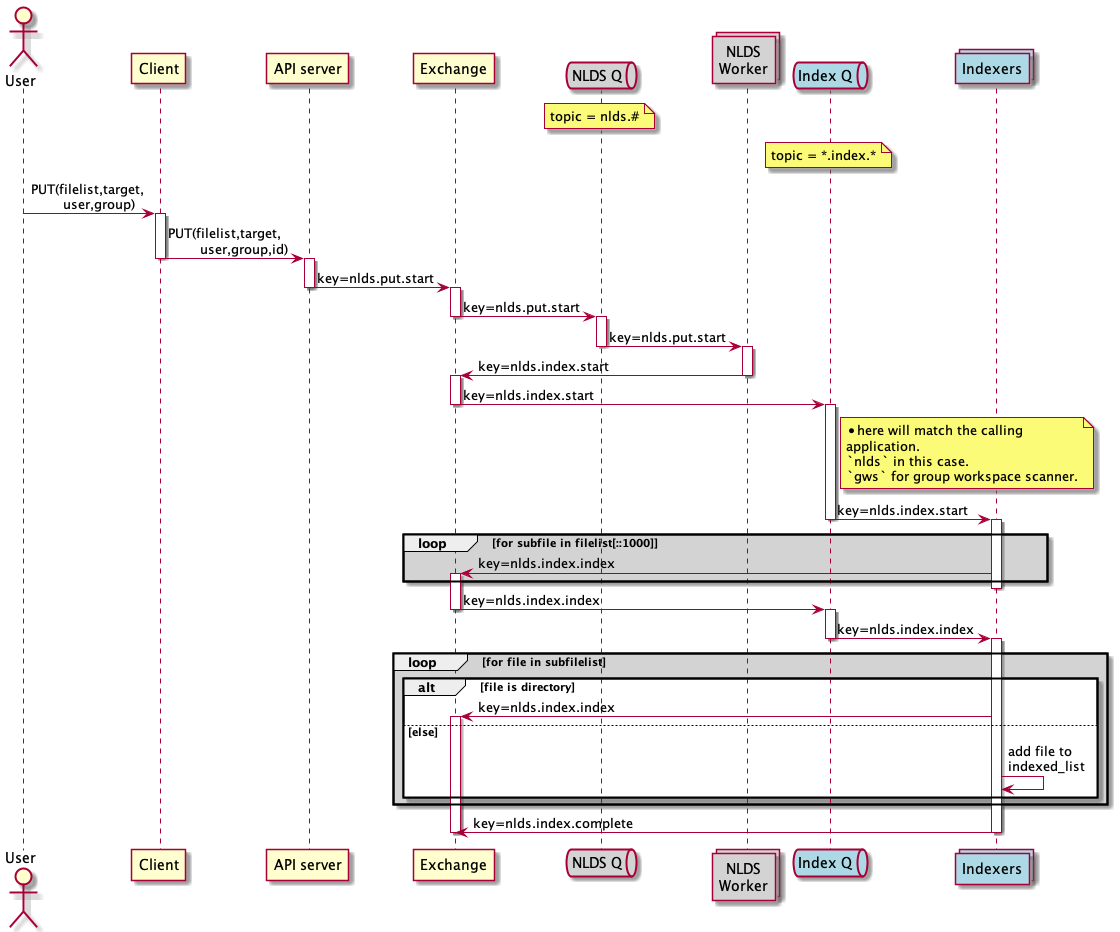
Above: doc/uml/message_flow_put.png in cedadev/nlds (PlantUML), before the change.
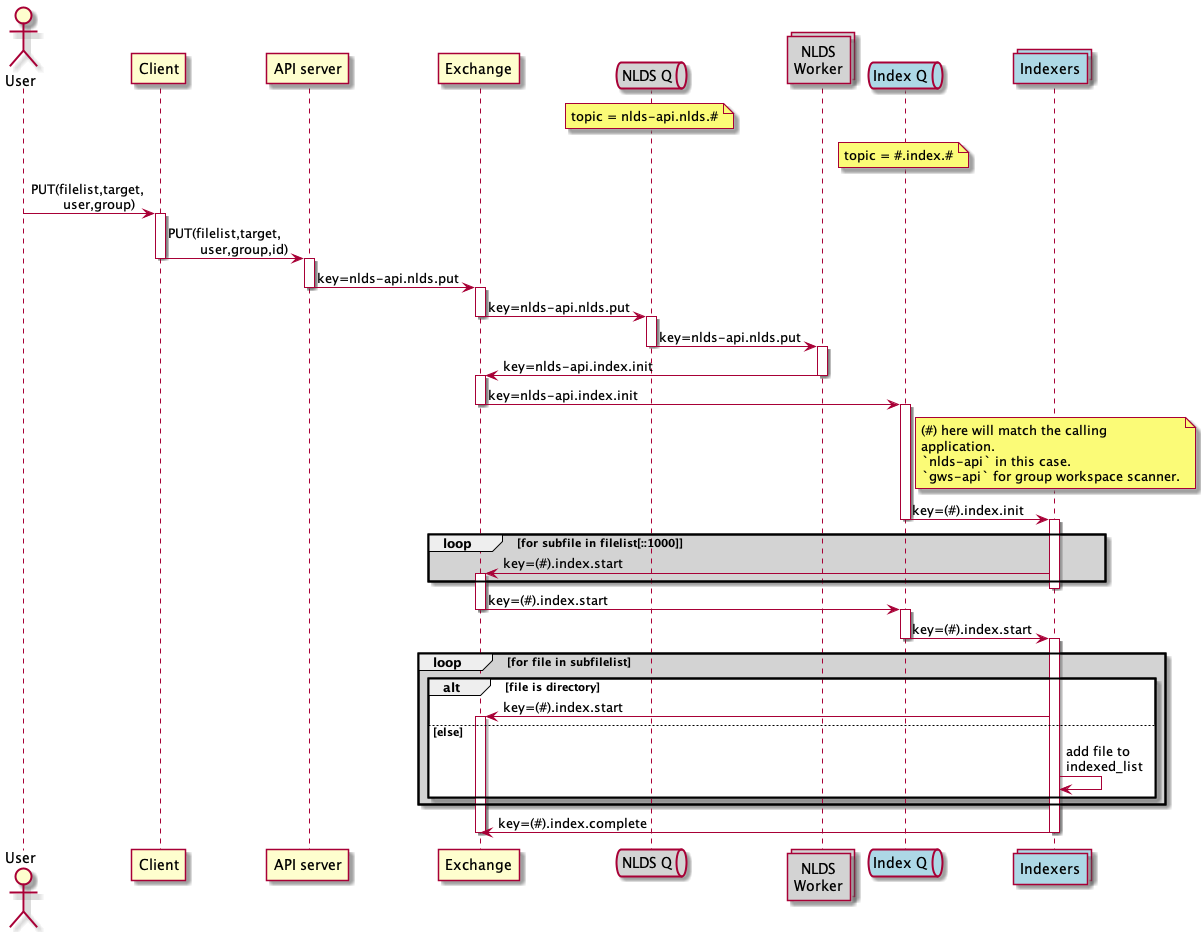
After the change.

Change to the diagram source:
```diff
@@ -7,12 +7,12 @@
 
 queue qw as "NLDS Q" #lightgrey
 note over qw
-    topic = nlds.#
+    topic = nlds-api.nlds.#
 end note
 collections work as "NLDS\nWorker" #lightgrey
 queue qs as "Index Q" #lightblue
 note over qs
-    topic = *.index.*
+    topic = #.index.#
 end note
 collections index as "Indexers" #lightblue
 
@@ -21,52 +21,52 @@
 client -> server : PUT(filelist,target,\n\tuser,group,id)
 deactivate client
 activate server
-server -> wex : key=nlds.put.start
+server -> wex : key=nlds-api.nlds.put
 deactivate server
 activate wex
-wex -> qw : key=nlds.put.start
+wex -> qw : key=nlds-api.nlds.put
 deactivate wex
 activate qw
-qw -> work : key=nlds.put.start
+qw -> work : key=nlds-api.nlds.put
 deactivate qw
 
 activate work
-work -> wex : key=nlds.index.start
+work -> wex : key=nlds-api.index.init
 deactivate work
 activate wex
-wex -> qs : key=nlds.index.start
+wex -> qs : key=nlds-api.index.init
 deactivate wex
 
 note right of qs
-    * here will match the calling
+    (#) here will match the calling
     application.
-    `nlds` in this case.
-    `gws` for group workspace scanner.
+    `nlds-api` in this case.
+    `gws-api` for group workspace scanner.
 end note
 activate qs
-qs -> index : key=nlds.index.start
+qs -> index : key=(#).index.init
 deactivate qs
 activate index
 loop #lightgrey for subfile in filelist[::1000]
-    index -> wex : key=nlds.index.index
+    index -> wex : key=(#).index.start
     activate wex
 end
 deactivate index
-wex -> qs : key=nlds.index.index
+wex -> qs : key=(#).index.start
 deactivate wex
 activate qs
-qs -> index : key=nlds.index.index
+qs -> index : key=(#).index.start
 deactivate qs
 activate index
 loop #lightgrey for file in subfilelist
     alt file is directory
-        index -> wex : key=nlds.index.index
+        index -> wex : key=(#).index.start
         activate wex
     else else
         index -> index : add file to\nindexed_list
     end
 end
-index -> wex : key=nlds.index.complete
+index -> wex : key=(#).index.complete
 deactivate index
 deactivate wex
 @enduml
```
